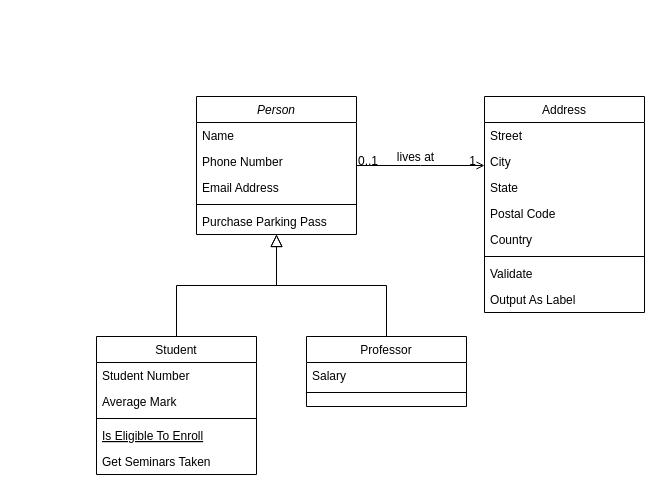
vnsrz/MDS-Flux keeps this draw.io diagram as docs/Diagrama_de_classes.drawio. Above is the earlier version. Source tidied: cells renumbered, new cells numbered last; positions are measured from the earlier drawing's top-left corner, leaving out a move shared by most shapes. Both pictures are drawn from the tidied source at 100%, with x=0, y=0 at pixel (96, 96).
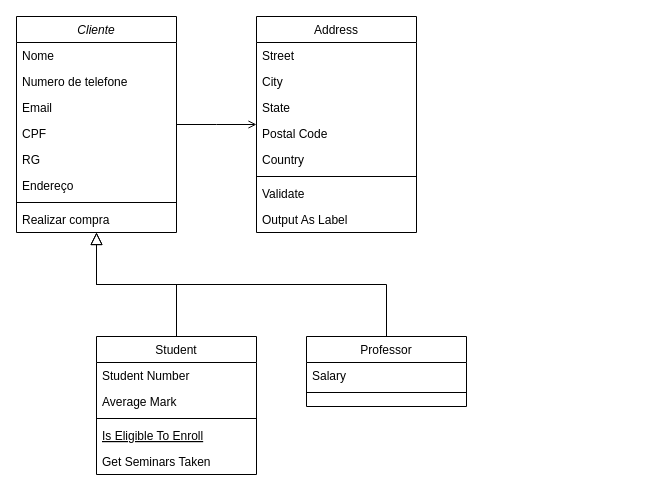
Above is the later version.

Unchanged cells that the change refers to:
```xml
<mxCell id="28" style="endArrow=open;shadow=0;strokeWidth=1;rounded=0;endFill=1;edgeStyle=elbowEdgeStyle;elbow=vertical;" parent="1" edge="1" source="2" target="19">
  <mxGeometry x="0.5" y="41" relative="1" as="geometry">
    <mxPoint x="-40" y="32" as="offset" />
  </mxGeometry>
</mxCell>
```

Change to the diagram source:
```diff
@@
-    <mxCell id="2" value="Person" style="swimlane;fontStyle=2;align=center;verticalAlign=top;horizontal=1;startSize=26;rounded=0;shadow=0;strokeWidth=1;" parent="1" vertex="1">
-      <mxGeometry x="100" width="160" height="138" as="geometry" />
+    <mxCell id="2" value="Cliente" style="swimlane;fontStyle=2;align=center;verticalAlign=top;horizontal=1;startSize=26;rounded=0;shadow=0;strokeWidth=1;" parent="1" vertex="1">
+      <mxGeometry x="-80" y="-80" width="160" height="216" as="geometry" />
     </mxCell>
-    <mxCell id="3" value="Name" style="text;align=left;verticalAlign=top;spacingLeft=4;spacingRight=4;overflow=hidden;" parent="2" vertex="1">
+    <mxCell id="3" value="Nome" style="text;align=left;verticalAlign=top;spacingLeft=4;spacingRight=4;overflow=hidden;" parent="2" vertex="1">
       <mxGeometry y="26" width="160" height="26" as="geometry" />
     </mxCell>
-    <mxCell id="4" value="Phone Number" style="text;align=left;verticalAlign=top;spacingLeft=4;spacingRight=4;overflow=hidden;rounded=0;shadow=0;html=0;" parent="2" vertex="1">
+    <mxCell id="4" value="Numero de telefone" style="text;align=left;verticalAlign=top;spacingLeft=4;spacingRight=4;overflow=hidden;rounded=0;shadow=0;html=0;" parent="2" vertex="1">
       <mxGeometry y="52" width="160" height="26" as="geometry" />
     </mxCell>
-    <mxCell id="5" value="Email Address" style="text;align=left;verticalAlign=top;spacingLeft=4;spacingRight=4;overflow=hidden;rounded=0;shadow=0;html=0;" parent="2" vertex="1">
+    <mxCell id="5" value="Email" style="text;align=left;verticalAlign=top;spacingLeft=4;spacingRight=4;overflow=hidden;rounded=0;shadow=0;html=0;" parent="2" vertex="1">
       <mxGeometry y="78" width="160" height="26" as="geometry" />
     </mxCell>
+    <mxCell id="32" value="CPF" style="text;align=left;verticalAlign=top;spacingLeft=4;spacingRight=4;overflow=hidden;rounded=0;shadow=0;html=0;" parent="2" vertex="1">
+      <mxGeometry y="104" width="160" height="26" as="geometry" />
+    </mxCell>
+    <mxCell id="33" value="RG" style="text;align=left;verticalAlign=top;spacingLeft=4;spacingRight=4;overflow=hidden;rounded=0;shadow=0;html=0;" parent="2" vertex="1">
+      <mxGeometry y="130" width="160" height="26" as="geometry" />
+    </mxCell>
+    <mxCell id="34" value="Endereço" style="text;align=left;verticalAlign=top;spacingLeft=4;spacingRight=4;overflow=hidden;rounded=0;shadow=0;html=0;" parent="2" vertex="1">
+      <mxGeometry y="156" width="160" height="26" as="geometry" />
+    </mxCell>
     <mxCell id="6" style="line;html=1;strokeWidth=1;align=left;verticalAlign=middle;spacingTop=-1;spacingLeft=3;spacingRight=3;labelPosition=right;" parent="2" vertex="1">
-      <mxGeometry y="104" width="160" height="8" as="geometry" />
+      <mxGeometry y="182" width="160" height="8" as="geometry" />
     </mxCell>
-    <mxCell id="7" value="Purchase Parking Pass" style="text;align=left;verticalAlign=top;spacingLeft=4;spacingRight=4;overflow=hidden;" parent="2" vertex="1">
-      <mxGeometry y="112" width="160" height="26" as="geometry" />
+    <mxCell id="7" value="Realizar compra" style="text;align=left;verticalAlign=top;spacingLeft=4;spacingRight=4;overflow=hidden;" parent="2" vertex="1">
+      <mxGeometry y="190" width="160" height="26" as="geometry" />
     </mxCell>
@@
     <mxCell id="19" value="Address" style="swimlane;fontStyle=0;align=center;verticalAlign=top;horizontal=1;startSize=26;rounded=0;shadow=0;strokeWidth=1;" parent="1" vertex="1">
-      <mxGeometry x="388" width="160" height="216" as="geometry" />
+      <mxGeometry x="160" y="-80" width="160" height="216" as="geometry" />
     </mxCell>
@@
-    <mxCell id="29" value="0..1" style="align=left;verticalAlign=bottom;labelBackgroundColor=none;fontSize=12;" parent="28" vertex="1">
-      <mxGeometry x="-1" relative="1" as="geometry">
-        <mxPoint y="4" as="offset" />
-      </mxGeometry>
-    </mxCell>
-    <mxCell id="30" value="1" style="align=right;verticalAlign=bottom;labelBackgroundColor=none;fontSize=12;" parent="28" vertex="1">
-      <mxGeometry x="1" relative="1" as="geometry">
-        <mxPoint x="-7" y="4" as="offset" />
-      </mxGeometry>
-    </mxCell>
-    <mxCell id="31" value="lives at" style="text;html=1;align=center;verticalAlign=middle;labelBackgroundColor=none;rounded=0;shadow=0;strokeWidth=1;fontSize=12;" parent="28" vertex="1">
-      <mxGeometry x="0.5" y="49" relative="1" as="geometry">
-        <mxPoint x="-38" y="40" as="offset" />
-      </mxGeometry>
-    </mxCell>
```
